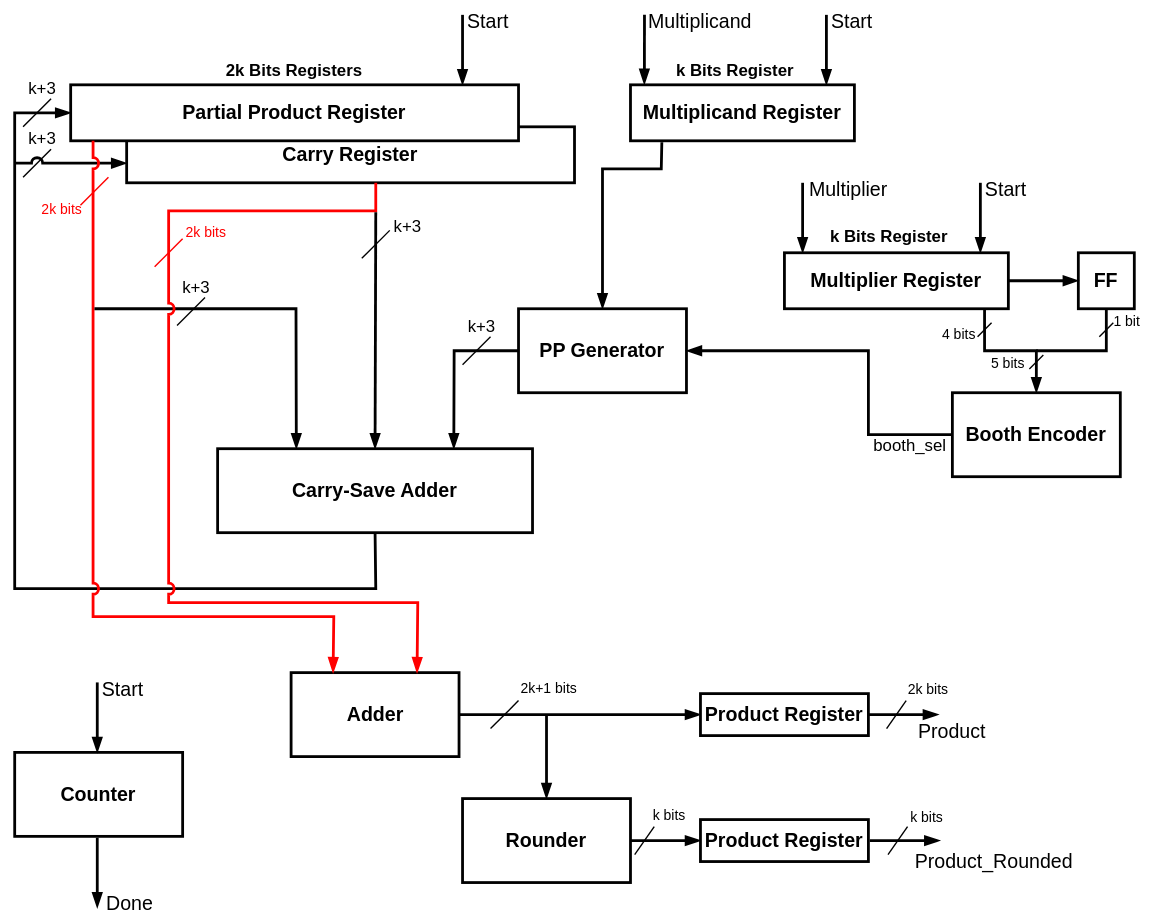
Earlier version of the draw.io export docs/schematic.svg (IlBiondo97/Radix-16-Booth-Encoded-Multiplier). Source tidied: cells renumbered, new cells last; positions are measured from the earlier drawing's top-left corner, leaving out a move shared by most shapes.
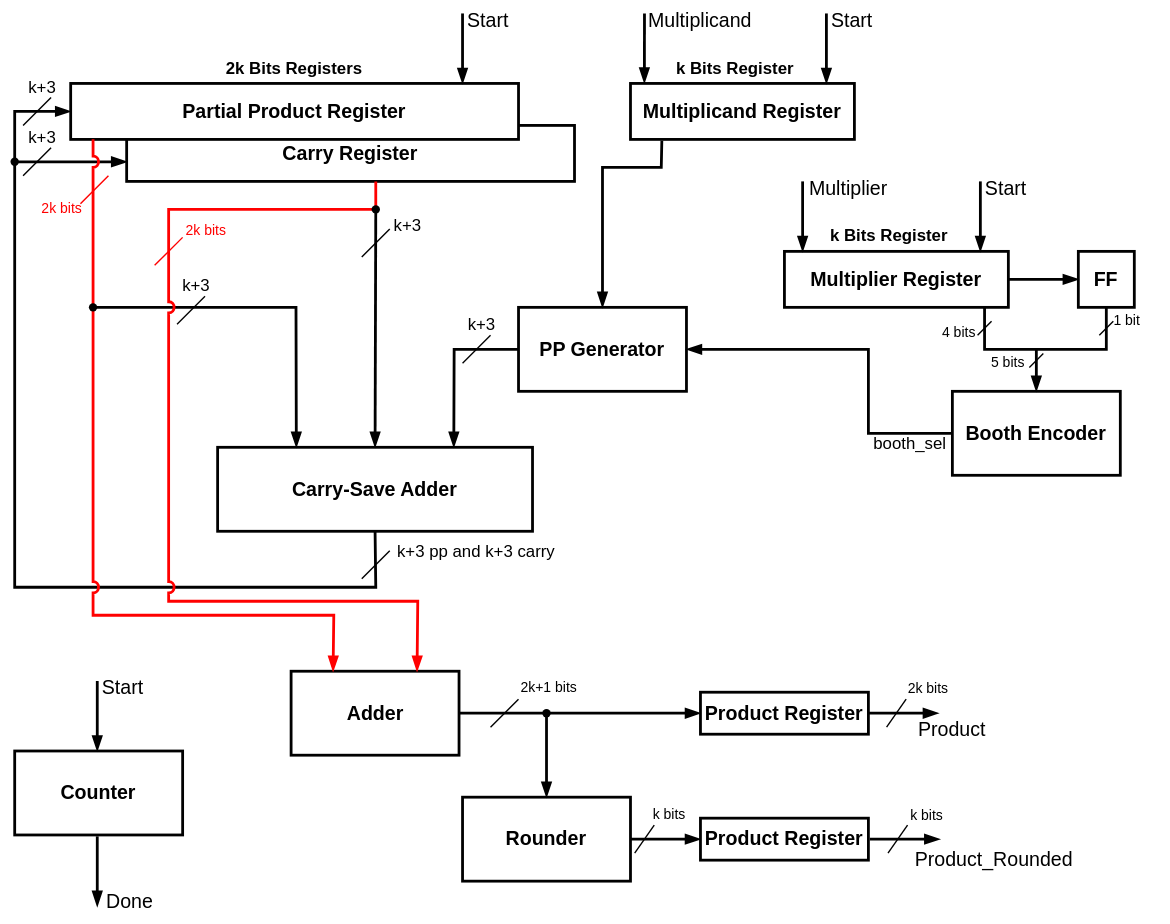
After the change.

The edit, as a diff of the source:
```diff
@@ -184,28 +184,22 @@
     <mxCell id="40" value="k+3" style="text;html=1;align=center;verticalAlign=middle;whiteSpace=wrap;rounded=0;" parent="1" vertex="1">
       <mxGeometry y="48" width="60" height="30" as="geometry" />
     </mxCell>
-    <mxCell id="41" style="endArrow=none;html=1;rounded=0;" parent="1" edge="1">
-      <mxGeometry relative="1" as="geometry">
-        <mxPoint x="16" y="126" as="sourcePoint" />
-        <mxPoint x="36" y="106" as="targetPoint" />
-      </mxGeometry>
-    </mxCell>
     <mxCell id="42" value="k+3" style="text;html=1;align=center;verticalAlign=middle;whiteSpace=wrap;rounded=0;" parent="1" vertex="1">
       <mxGeometry y="84" width="60" height="30" as="geometry" />
     </mxCell>
+    <mxCell id="45" style="endArrow=blockThin;html=1;rounded=0;entryX=0;entryY=0.75;entryDx=0;entryDy=0;strokeWidth=2;endFill=1;jumpStyle=arc;" parent="1" edge="1">
+      <mxGeometry relative="1" as="geometry">
+        <mxPoint x="10" y="116" as="sourcePoint" />
+        <mxPoint x="90" y="116" as="targetPoint" />
+      </mxGeometry>
+    </mxCell>
     <mxCell id="43" value="&lt;font style=&quot;font-size: 14px;&quot;&gt;&lt;b&gt;Adder&lt;/b&gt;&lt;/font&gt;" style="rounded=0;whiteSpace=wrap;html=1;strokeWidth=2;" parent="1" vertex="1">
       <mxGeometry x="207.5" y="480" width="120" height="60" as="geometry" />
     </mxCell>
-    <mxCell id="44" value="&lt;font style=&quot;font-size: 10px; color: rgb(255, 0, 0);&quot;&gt;2k bits&lt;/font&gt;" style="text;html=1;align=center;verticalAlign=middle;whiteSpace=wrap;rounded=0;" parent="1" vertex="1">
+    <mxCell id="44" value="&lt;font style=&quot;font-size: 10px;&quot;&gt;2k bits&lt;/font&gt;" style="text;html=1;align=center;verticalAlign=middle;whiteSpace=wrap;rounded=0;fontColor=#FF0000;" parent="1" vertex="1">
       <mxGeometry x="14" y="134" width="60" height="30" as="geometry" />
     </mxCell>
-    <mxCell id="45" style="endArrow=blockThin;html=1;rounded=0;entryX=0;entryY=0.75;entryDx=0;entryDy=0;strokeWidth=2;endFill=1;jumpStyle=arc;" parent="1" edge="1">
-      <mxGeometry relative="1" as="geometry">
-        <mxPoint x="10" y="116" as="sourcePoint" />
-        <mxPoint x="90" y="116" as="targetPoint" />
-      </mxGeometry>
-    </mxCell>
-    <mxCell id="46" style="endArrow=blockThin;html=1;rounded=0;endFill=1;strokeWidth=2;strokeColor=light-dark(#FF0000,#EDEDED);jumpStyle=arc;exitX=0.05;exitY=0.999;exitDx=0;exitDy=0;exitPerimeter=0;entryX=0.25;entryY=0;entryDx=0;entryDy=0;" parent="1" edge="1" source="3" target="43">
+    <mxCell id="46" style="endArrow=blockThin;html=1;rounded=0;endFill=1;strokeWidth=2;strokeColor=#FF0000;jumpStyle=arc;exitX=0.05;exitY=0.999;exitDx=0;exitDy=0;exitPerimeter=0;entryX=0.25;entryY=0;entryDx=0;entryDy=0;" parent="1" edge="1" source="3" target="43">
       <mxGeometry relative="1" as="geometry">
         <Array as="points">
           <mxPoint x="66" y="440" />
@@ -221,7 +215,7 @@
         </Array>
       </mxGeometry>
     </mxCell>
-    <mxCell id="48" style="endArrow=blockThin;html=1;rounded=0;entryX=0.75;entryY=0;entryDx=0;entryDy=0;strokeWidth=2;endFill=1;jumpStyle=arc;strokeColor=light-dark(#ff0000, #ededed);" parent="1" edge="1" target="43">
+    <mxCell id="48" style="endArrow=blockThin;html=1;rounded=0;entryX=0.75;entryY=0;entryDx=0;entryDy=0;strokeWidth=2;endFill=1;jumpStyle=arc;strokeColor=#FF0000;" parent="1" edge="1" target="43">
       <mxGeometry relative="1" as="geometry">
         <mxPoint x="268" y="130" as="sourcePoint" />
         <Array as="points">
@@ -232,10 +226,10 @@
         </Array>
       </mxGeometry>
     </mxCell>
-    <mxCell id="49" value="&lt;font style=&quot;font-size: 10px; color: rgb(255, 0, 0);&quot;&gt;2k bits&lt;/font&gt;" style="text;html=1;align=center;verticalAlign=middle;whiteSpace=wrap;rounded=0;" parent="1" vertex="1">
+    <mxCell id="49" value="&lt;font style=&quot;font-size: 10px;&quot;&gt;2k bits&lt;/font&gt;" style="text;html=1;align=center;verticalAlign=middle;whiteSpace=wrap;rounded=0;fontColor=#FF0000;" parent="1" vertex="1">
       <mxGeometry x="117" y="150" width="60" height="30" as="geometry" />
     </mxCell>
-    <mxCell id="50" style="endArrow=none;html=1;rounded=0;strokeColor=light-dark(#ff0000, #ededed);" parent="1" edge="1">
+    <mxCell id="50" style="endArrow=none;html=1;rounded=0;strokeColor=#FF0000;fontColor=#FF0000;" parent="1" edge="1">
       <mxGeometry relative="1" as="geometry">
         <mxPoint x="110" y="190" as="sourcePoint" />
         <mxPoint x="130" y="170" as="targetPoint" />
@@ -349,7 +343,7 @@
     <mxCell id="74" value="&lt;font style=&quot;font-size: 14px;&quot;&gt;Done&lt;/font&gt;" style="text;html=1;align=center;verticalAlign=middle;strokeColor=none;fillColor=none;" parent="1" vertex="1">
       <mxGeometry x="62" y="630" width="60" height="30" as="geometry" />
     </mxCell>
-    <mxCell id="75" style="endArrow=none;html=1;rounded=0;strokeColor=light-dark(#ff0000, #ededed);" parent="1" edge="1">
+    <mxCell id="75" style="endArrow=none;html=1;rounded=0;strokeColor=#FF0000;fontColor=light-dark(#FF0000,#FF0000);" parent="1" edge="1">
       <mxGeometry relative="1" as="geometry">
         <mxPoint x="57" y="146" as="sourcePoint" />
         <mxPoint x="77" y="126" as="targetPoint" />
@@ -367,5 +361,32 @@
     <mxCell id="79" value="&lt;font style=&quot;font-size: 10px;&quot;&gt;k bits&lt;/font&gt;" style="text;html=1;align=center;verticalAlign=middle;whiteSpace=wrap;rounded=0;" parent="1" vertex="1">
       <mxGeometry x="632" y="568" width="60" height="30" as="geometry" />
     </mxCell>
+    <mxCell id="41" style="endArrow=none;html=1;rounded=0;" parent="1" edge="1">
+      <mxGeometry relative="1" as="geometry">
+        <mxPoint x="16" y="126" as="sourcePoint" />
+        <mxPoint x="36" y="106" as="targetPoint" />
+      </mxGeometry>
+    </mxCell>
+    <mxCell id="80" style="shape=waypoint;sketch=0;fillStyle=solid;size=6;fillColor=none;perimeter=centerPerimeter;" parent="1" vertex="1">
+      <mxGeometry y="106" width="20" height="20" as="geometry" />
+    </mxCell>
+    <mxCell id="81" style="shape=waypoint;sketch=0;fillStyle=solid;size=6;fillColor=none;perimeter=centerPerimeter;" parent="1" vertex="1">
+      <mxGeometry x="56" y="210" width="20" height="20" as="geometry" />
+    </mxCell>
+    <mxCell id="82" style="shape=waypoint;sketch=0;fillStyle=solid;size=6;fillColor=none;perimeter=centerPerimeter;" parent="1" vertex="1">
+      <mxGeometry x="258" y="140" width="20" height="20" as="geometry" />
+    </mxCell>
+    <mxCell id="83" style="shape=waypoint;sketch=0;fillStyle=solid;size=6;fillColor=none;perimeter=centerPerimeter;" parent="1" vertex="1">
+      <mxGeometry x="380" y="500" width="20" height="20" as="geometry" />
+    </mxCell>
+    <mxCell id="84" style="endArrow=none;html=1;rounded=0;" parent="1" edge="1">
+      <mxGeometry relative="1" as="geometry">
+        <mxPoint x="258" y="414" as="sourcePoint" />
+        <mxPoint x="278" y="394" as="targetPoint" />
+      </mxGeometry>
+    </mxCell>
+    <mxCell id="85" value="k+3 pp and k+3 carry" style="text;html=1;align=center;verticalAlign=middle;whiteSpace=wrap;rounded=0;" parent="1" vertex="1">
+      <mxGeometry x="275" y="380" width="130" height="30" as="geometry" />
+    </mxCell>
   </root>
 </mxGraphModel>
```
